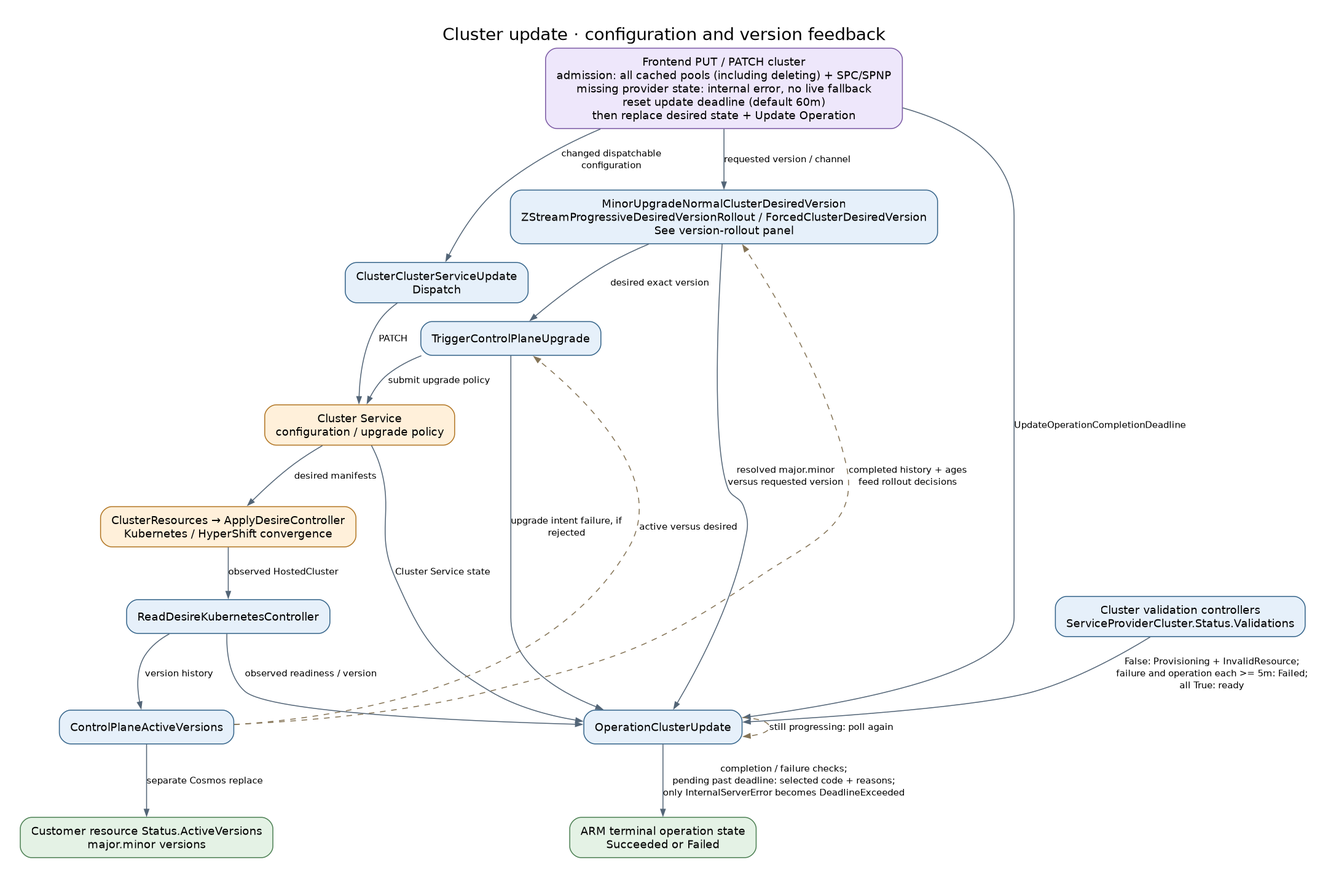
Above: docs/diagrams/controller-flows/cluster-update.png in Azure/ARO-HCP (Graphviz), before the change. Its source is kept beside it as docs/diagrams/controller-flows/cluster-update.dot.
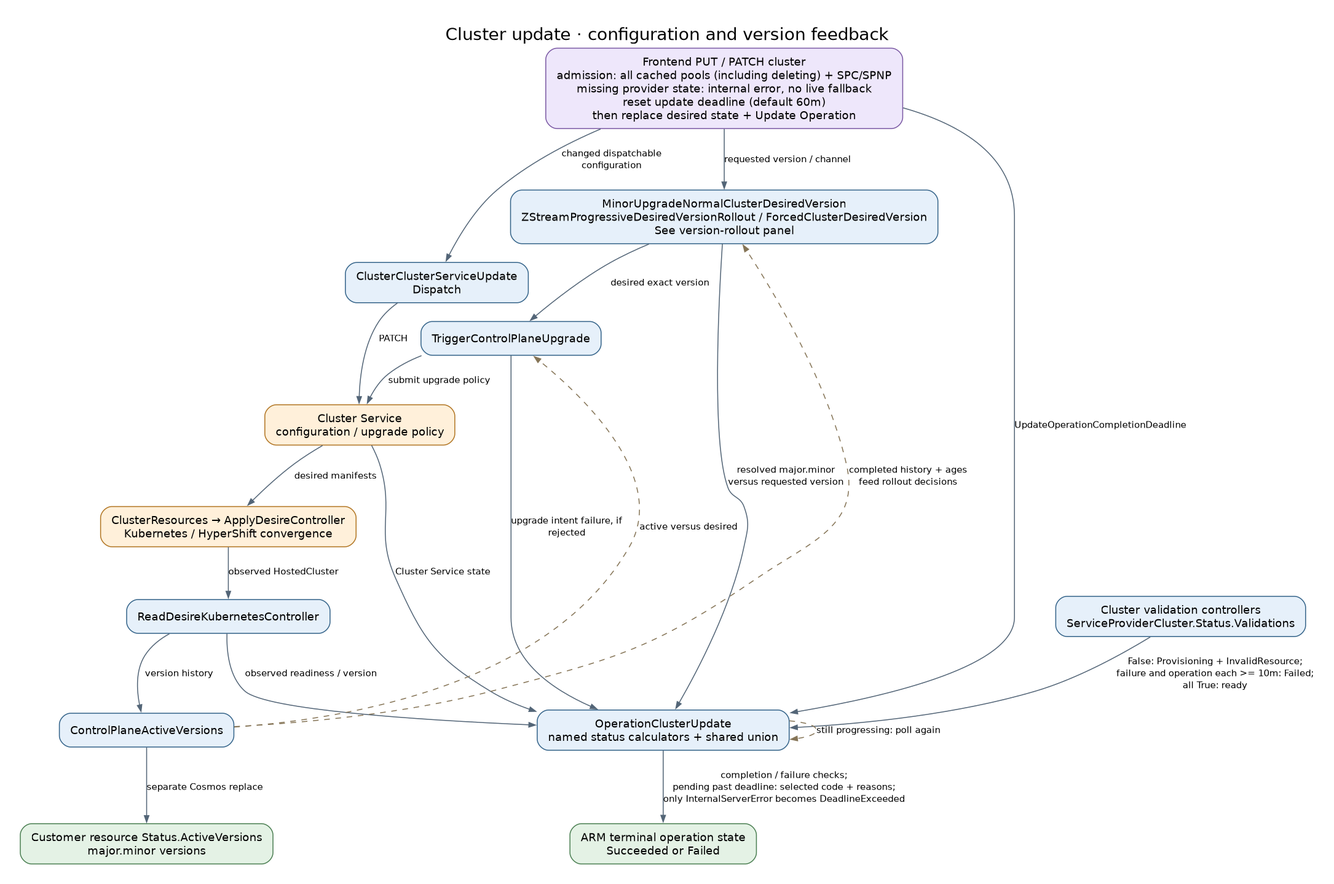
Above is the later version.

What changed in the source:
```diff
@@ -11,7 +11,7 @@
   mirror [label="ReadDesireKubernetesController", fillcolor="#e6f0fa", color="#35648a"];
   active [label="ControlPlaneActiveVersions", fillcolor="#e6f0fa", color="#35648a"];
   validation [label="Cluster validation controllers\nServiceProviderCluster.Status.Validations", fillcolor="#e6f0fa", color="#35648a"];
-  op [label="OperationClusterUpdate", fillcolor="#e6f0fa", color="#35648a"];
+  op [label="OperationClusterUpdate\nnamed status calculators + shared union", fillcolor="#e6f0fa", color="#35648a"];
   done [label="ARM terminal operation state\nSucceeded or Failed", fillcolor="#e4f2e5", color="#4c8053"];
   put -> dispatch [label="changed dispatchable\nconfiguration"];
   put -> desired [label="requested version / channel"];
@@ -26,7 +26,7 @@
   cs -> op [label="Cluster Service state"];
   mirror -> op [label="observed readiness / version"];
   upgrade -> op [label="upgrade intent failure, if\nrejected"];
-  validation -> op [label="False: Provisioning + InvalidResource;\nfailure and operation each >= 5m: Failed;\nall True: ready"];
+  validation -> op [label="False: Provisioning + InvalidResource;\nfailure and operation each >= 10m: Failed;\nall True: ready"];
   op -> done [label="completion / failure checks;\npending past deadline: selected code + reasons;\nonly InternalServerError becomes DeadlineExceeded"];
   observed [label="Customer resource Status.ActiveVersions\nmajor.minor versions", fillcolor="#e4f2e5", color="#4c8053"];
   active -> observed [label="separate Cosmos replace"];
```
